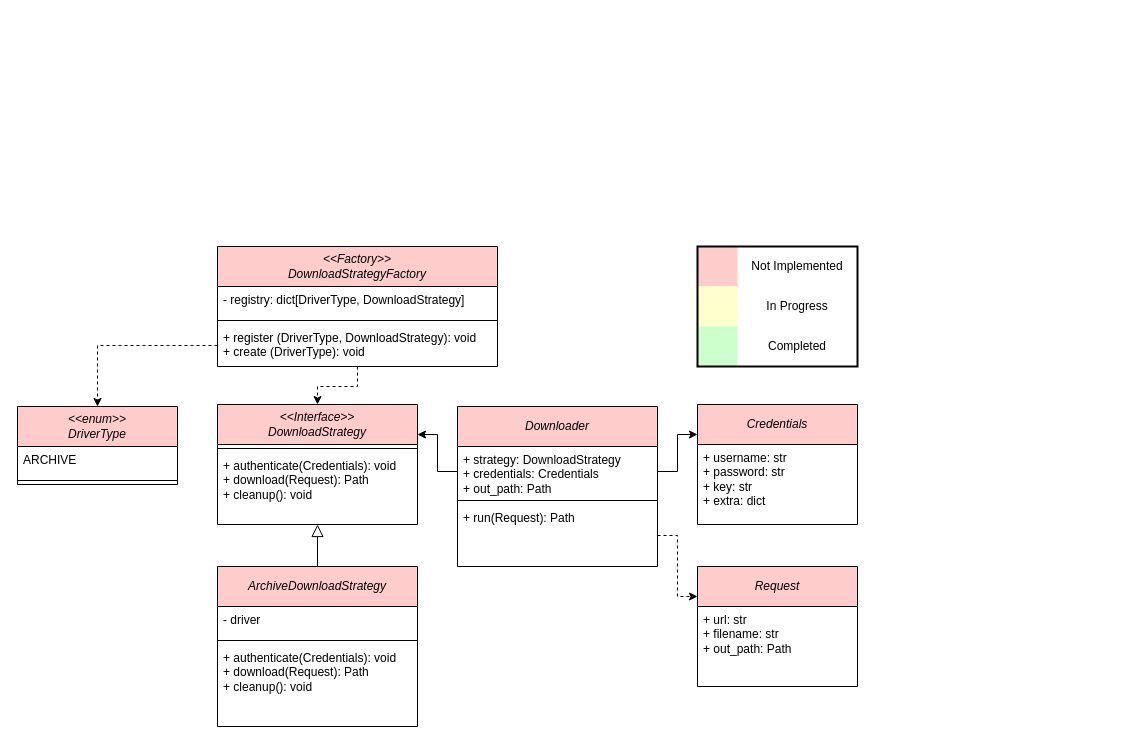
N-Pulse/BMI-SOFT-EMG-Decoding keeps this draw.io diagram as docs/Data Architecture.drawio. Above is the earlier version. Source tidied: cells renumbered, new cells numbered last; positions are measured from the earlier drawing's top-left corner, leaving out a move shared by most shapes. Both pictures are drawn from the tidied source at 100%, with x=0, y=0 at pixel (17, 246).
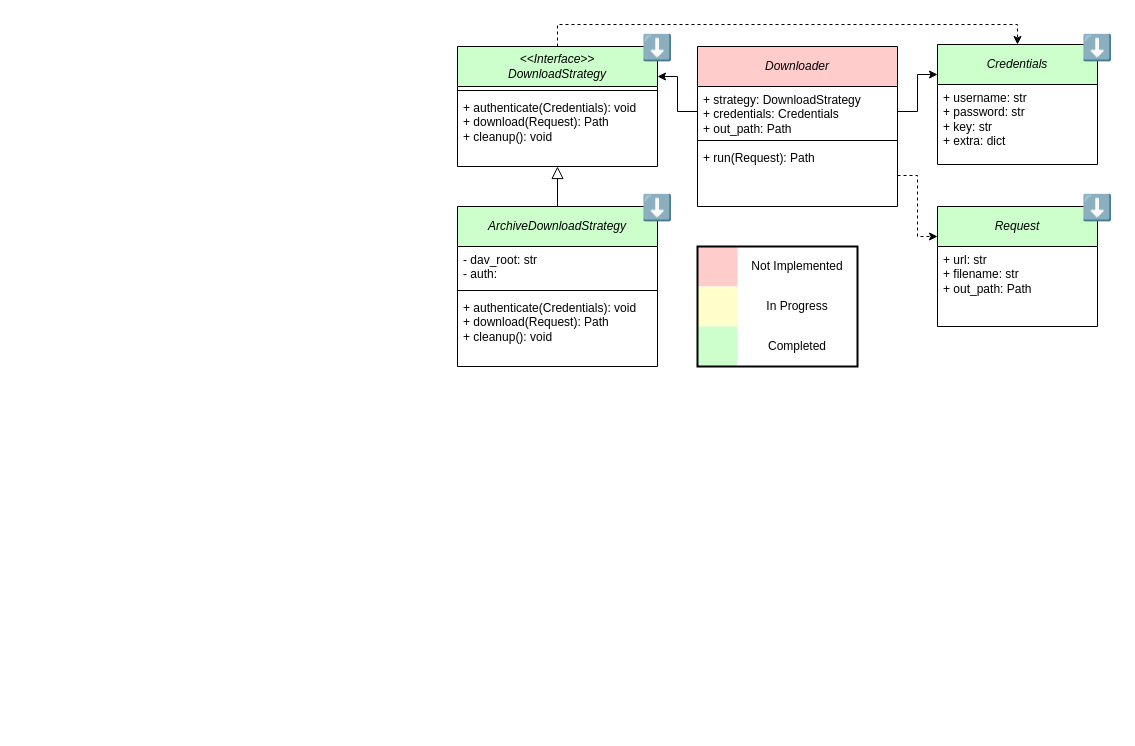
After the change.

Diff of the diagram source:
```diff
@@
     <mxCell id="3" value="&lt;span style=&quot;font-weight: normal;&quot;&gt;&lt;i&gt;Downloader&lt;/i&gt;&lt;/span&gt;" style="swimlane;fontStyle=1;align=center;verticalAlign=middle;horizontal=1;startSize=40;whiteSpace=wrap;html=1;fillColor=#FFCCCC;" parent="1" vertex="1">
-      <mxGeometry x="440" y="160" width="200" height="160" as="geometry" />
+      <mxGeometry x="680" y="-200" width="200" height="160" as="geometry" />
     </mxCell>
@@
-    <mxCell id="7" value="&lt;span style=&quot;font-weight: normal;&quot;&gt;&lt;i&gt;Credentials&lt;/i&gt;&lt;/span&gt;" style="swimlane;fontStyle=1;align=center;verticalAlign=middle;horizontal=1;startSize=40;whiteSpace=wrap;html=1;fillColor=#FFCCCC;" parent="1" vertex="1">
-      <mxGeometry x="680" y="158" width="160" height="120" as="geometry" />
+    <mxCell id="7" value="&lt;span style=&quot;font-weight: normal;&quot;&gt;&lt;i&gt;Credentials&lt;/i&gt;&lt;/span&gt;" style="swimlane;fontStyle=1;align=center;verticalAlign=middle;horizontal=1;startSize=40;whiteSpace=wrap;html=1;fillColor=#CCFFCC;" parent="1" vertex="1">
+      <mxGeometry x="920" y="-202" width="160" height="120" as="geometry" />
     </mxCell>
@@
-    <mxCell id="11" value="&lt;span style=&quot;font-weight: normal;&quot;&gt;&lt;i&gt;Request&lt;/i&gt;&lt;/span&gt;" style="swimlane;fontStyle=1;align=center;verticalAlign=middle;horizontal=1;startSize=40;whiteSpace=wrap;html=1;fillColor=#FFCCCC;" parent="1" vertex="1">
-      <mxGeometry x="680" y="320" width="160" height="120" as="geometry" />
+    <mxCell id="11" value="&lt;span style=&quot;font-weight: normal;&quot;&gt;&lt;i&gt;Request&lt;/i&gt;&lt;/span&gt;" style="swimlane;fontStyle=1;align=center;verticalAlign=middle;horizontal=1;startSize=40;whiteSpace=wrap;html=1;fillColor=#CCFFCC;" parent="1" vertex="1">
+      <mxGeometry x="920" y="-40" width="160" height="120" as="geometry" />
     </mxCell>
@@
+    <mxCell id="37" style="edgeStyle=orthogonalEdgeStyle;rounded=0;jettySize=auto;html=1;exitX=0.5;exitY=0;exitDx=0;exitDy=0;entryX=0.5;entryY=0;entryDx=0;entryDy=0;dashed=1;" parent="1" edge="1" source="14" target="7">
+      <mxGeometry relative="1" as="geometry" />
+    </mxCell>
-    <mxCell id="14" value="&lt;div&gt;&lt;span style=&quot;font-weight: normal;&quot;&gt;&lt;i&gt;&amp;lt;&amp;lt;Interface&amp;gt;&amp;gt;&lt;/i&gt;&lt;/span&gt;&lt;/div&gt;&lt;span style=&quot;font-weight: normal;&quot;&gt;&lt;i&gt;DownloadStrategy&lt;/i&gt;&lt;/span&gt;" style="swimlane;fontStyle=1;align=center;verticalAlign=middle;horizontal=1;startSize=40;whiteSpace=wrap;html=1;fillColor=#FFCCCC;" parent="1" vertex="1">
-      <mxGeometry x="200" y="158" width="200" height="120" as="geometry" />
+    <mxCell id="14" value="&lt;div&gt;&lt;span style=&quot;font-weight: normal;&quot;&gt;&lt;i&gt;&amp;lt;&amp;lt;Interface&amp;gt;&amp;gt;&lt;/i&gt;&lt;/span&gt;&lt;/div&gt;&lt;span style=&quot;font-weight: normal;&quot;&gt;&lt;i&gt;DownloadStrategy&lt;/i&gt;&lt;/span&gt;" style="swimlane;fontStyle=1;align=center;verticalAlign=middle;horizontal=1;startSize=40;whiteSpace=wrap;html=1;fillColor=#CCFFCC;" parent="1" vertex="1">
+      <mxGeometry x="440" y="-200" width="200" height="120" as="geometry" />
     </mxCell>
@@
-    <mxCell id="17" style="edgeStyle=orthogonalEdgeStyle;rounded=0;jettySize=auto;html=1;entryX=0.5;entryY=0;entryDx=0;entryDy=0;dashed=1;" parent="1" edge="1" source="18" target="14">
-      <mxGeometry relative="1" as="geometry" />
-    </mxCell>
-    <mxCell id="18" value="&lt;div&gt;&lt;span style=&quot;font-weight: normal;&quot;&gt;&lt;i&gt;&amp;lt;&amp;lt;Factory&amp;gt;&amp;gt;&lt;/i&gt;&lt;/span&gt;&lt;/div&gt;&lt;span style=&quot;font-weight: normal;&quot;&gt;&lt;i&gt;DownloadStrategyFactory&lt;/i&gt;&lt;/span&gt;" style="swimlane;fontStyle=1;align=center;verticalAlign=middle;horizontal=1;startSize=40;whiteSpace=wrap;html=1;fillColor=#FFCCCC;" parent="1" vertex="1">
-      <mxGeometry x="200" width="280" height="120" as="geometry" />
-    </mxCell>
-    <mxCell id="19" value="- registry: dict[DriverType, DownloadStrategy]" style="text;strokeColor=none;fillColor=none;align=left;verticalAlign=top;spacingLeft=4;spacingRight=4;overflow=hidden;whiteSpace=wrap;html=1;" parent="18" vertex="1">
-      <mxGeometry y="40" width="280" height="30" as="geometry" />
-    </mxCell>
-    <mxCell id="20" style="line;strokeWidth=1;fillColor=none;align=left;verticalAlign=middle;spacingTop=-1;spacingLeft=3;spacingRight=3;labelPosition=right;strokeColor=inherit;" parent="18" vertex="1">
-      <mxGeometry y="70" width="280" height="8" as="geometry" />
-    </mxCell>
-    <mxCell id="21" value="+ register (DriverType, DownloadStrategy): void&lt;div&gt;+ create (DriverType): void&lt;/div&gt;" style="text;strokeColor=none;fillColor=none;align=left;verticalAlign=top;spacingLeft=4;spacingRight=4;overflow=hidden;points=[[0,0.5],[1,0.5]];portConstraint=eastwest;whiteSpace=wrap;html=1;glass=0;" parent="18" vertex="1">
-      <mxGeometry y="78" width="280" height="42" as="geometry" />
-    </mxCell>
-    <mxCell id="22" value="&lt;div&gt;&lt;span style=&quot;font-weight: normal;&quot;&gt;&lt;i&gt;&amp;lt;&amp;lt;enum&amp;gt;&amp;gt;&lt;/i&gt;&lt;/span&gt;&lt;/div&gt;&lt;span style=&quot;font-weight: normal;&quot;&gt;&lt;i&gt;DriverType&lt;/i&gt;&lt;/span&gt;" style="swimlane;fontStyle=1;align=center;verticalAlign=middle;horizontal=1;startSize=40;whiteSpace=wrap;html=1;fillColor=#FFCCCC;" parent="1" vertex="1">
-      <mxGeometry y="160" width="160" height="78" as="geometry" />
-    </mxCell>
-    <mxCell id="23" value="ARCHIVE" style="text;strokeColor=none;fillColor=none;align=left;verticalAlign=top;spacingLeft=4;spacingRight=4;overflow=hidden;whiteSpace=wrap;html=1;" parent="22" vertex="1">
-      <mxGeometry y="40" width="160" height="30" as="geometry" />
-    </mxCell>
-    <mxCell id="24" style="line;strokeWidth=1;fillColor=none;align=left;verticalAlign=middle;spacingTop=-1;spacingLeft=3;spacingRight=3;labelPosition=right;strokeColor=inherit;" parent="22" vertex="1">
-      <mxGeometry y="70" width="160" height="8" as="geometry" />
-    </mxCell>
-    <mxCell id="25" style="edgeStyle=orthogonalEdgeStyle;rounded=0;jettySize=auto;html=1;exitX=0;exitY=0.5;exitDx=0;exitDy=0;entryX=0.5;entryY=0;entryDx=0;entryDy=0;dashed=1;" parent="1" edge="1" source="21" target="22">
-      <mxGeometry relative="1" as="geometry" />
-    </mxCell>
@@
-    <mxCell id="27" value="&lt;i style=&quot;font-weight: 400;&quot;&gt;ArchiveDownloadStrategy&lt;/i&gt;" style="swimlane;fontStyle=1;align=center;verticalAlign=middle;horizontal=1;startSize=40;whiteSpace=wrap;html=1;fillColor=#FFCCCC;" parent="1" vertex="1">
-      <mxGeometry x="200" y="320" width="200" height="160" as="geometry" />
+    <mxCell id="27" value="&lt;i style=&quot;font-weight: 400;&quot;&gt;ArchiveDownloadStrategy&lt;/i&gt;" style="swimlane;fontStyle=1;align=center;verticalAlign=middle;horizontal=1;startSize=40;whiteSpace=wrap;html=1;fillColor=#CCFFCC;" parent="1" vertex="1">
+      <mxGeometry x="440" y="-40" width="200" height="160" as="geometry" />
     </mxCell>
-    <mxCell id="28" value="- driver" style="text;strokeColor=none;fillColor=none;align=left;verticalAlign=top;spacingLeft=4;spacingRight=4;overflow=hidden;whiteSpace=wrap;html=1;" parent="27" vertex="1">
-      <mxGeometry y="40" width="200" height="30" as="geometry" />
+    <mxCell id="28" value="- dav_root: str&lt;div&gt;- auth:&amp;nbsp;&lt;/div&gt;" style="text;strokeColor=none;fillColor=none;align=left;verticalAlign=top;spacingLeft=4;spacingRight=4;overflow=hidden;whiteSpace=wrap;html=1;" parent="27" vertex="1">
+      <mxGeometry y="40" width="200" height="40" as="geometry" />
     </mxCell>
     <mxCell id="29" style="line;strokeWidth=1;fillColor=none;align=left;verticalAlign=middle;spacingTop=-1;spacingLeft=3;spacingRight=3;labelPosition=right;strokeColor=inherit;" parent="27" vertex="1">
-      <mxGeometry y="70" width="200" height="8" as="geometry" />
+      <mxGeometry y="80" width="200" height="8" as="geometry" />
     </mxCell>
     <mxCell id="30" value="+ authenticate(Credentials): void&lt;div&gt;+ download(Request): Path&lt;/div&gt;&lt;div&gt;+ cleanup(): void&lt;/div&gt;" style="text;strokeColor=none;fillColor=none;align=left;verticalAlign=top;spacingLeft=4;spacingRight=4;overflow=hidden;whiteSpace=wrap;html=1;glass=0;" parent="27" vertex="1">
-      <mxGeometry y="78" width="200" height="82" as="geometry" />
+      <mxGeometry y="88" width="200" height="72" as="geometry" />
     </mxCell>
@@
+    <mxCell id="38" value="⬇️" style="text;html=1;whiteSpace=wrap;strokeColor=none;fillColor=none;align=center;verticalAlign=middle;rounded=0;fontSize=25;" parent="1" vertex="1">
+      <mxGeometry x="1060" y="-220" width="40" height="40" as="geometry" />
+    </mxCell>
+    <mxCell id="39" value="⬇️" style="text;html=1;whiteSpace=wrap;strokeColor=none;fillColor=none;align=center;verticalAlign=middle;rounded=0;fontSize=25;" parent="1" vertex="1">
+      <mxGeometry x="1060" y="-60" width="40" height="40" as="geometry" />
+    </mxCell>
+    <mxCell id="40" value="⬇️" style="text;html=1;whiteSpace=wrap;strokeColor=none;fillColor=none;align=center;verticalAlign=middle;rounded=0;fontSize=25;" parent="1" vertex="1">
+      <mxGeometry x="620" y="-220" width="40" height="40" as="geometry" />
+    </mxCell>
+    <mxCell id="41" value="⬇️" style="text;html=1;whiteSpace=wrap;strokeColor=none;fillColor=none;align=center;verticalAlign=middle;rounded=0;fontSize=25;" parent="1" vertex="1">
+      <mxGeometry x="620" y="-60" width="40" height="40" as="geometry" />
+    </mxCell>
```
